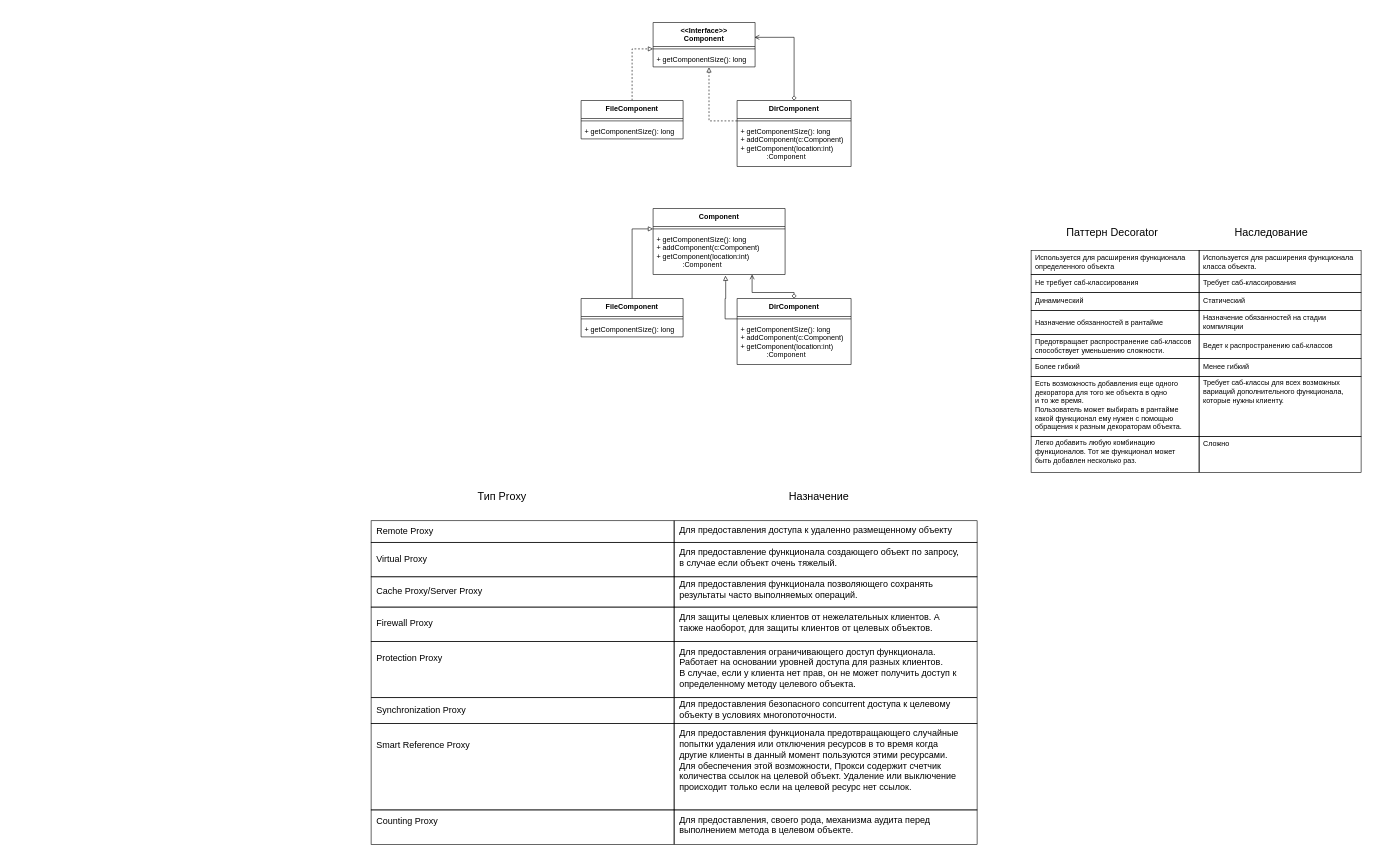
This is drawings.drawio from FedosovMax/diagrams, a draw.io file, before an edit. Source tidied: cells renumbered, new cells numbered last; positions are measured from the earlier drawing's top-left corner, leaving out a move shared by most shapes. Both pictures are drawn from the tidied source at 60%, with x=0, y=0 at pixel (371, 10).
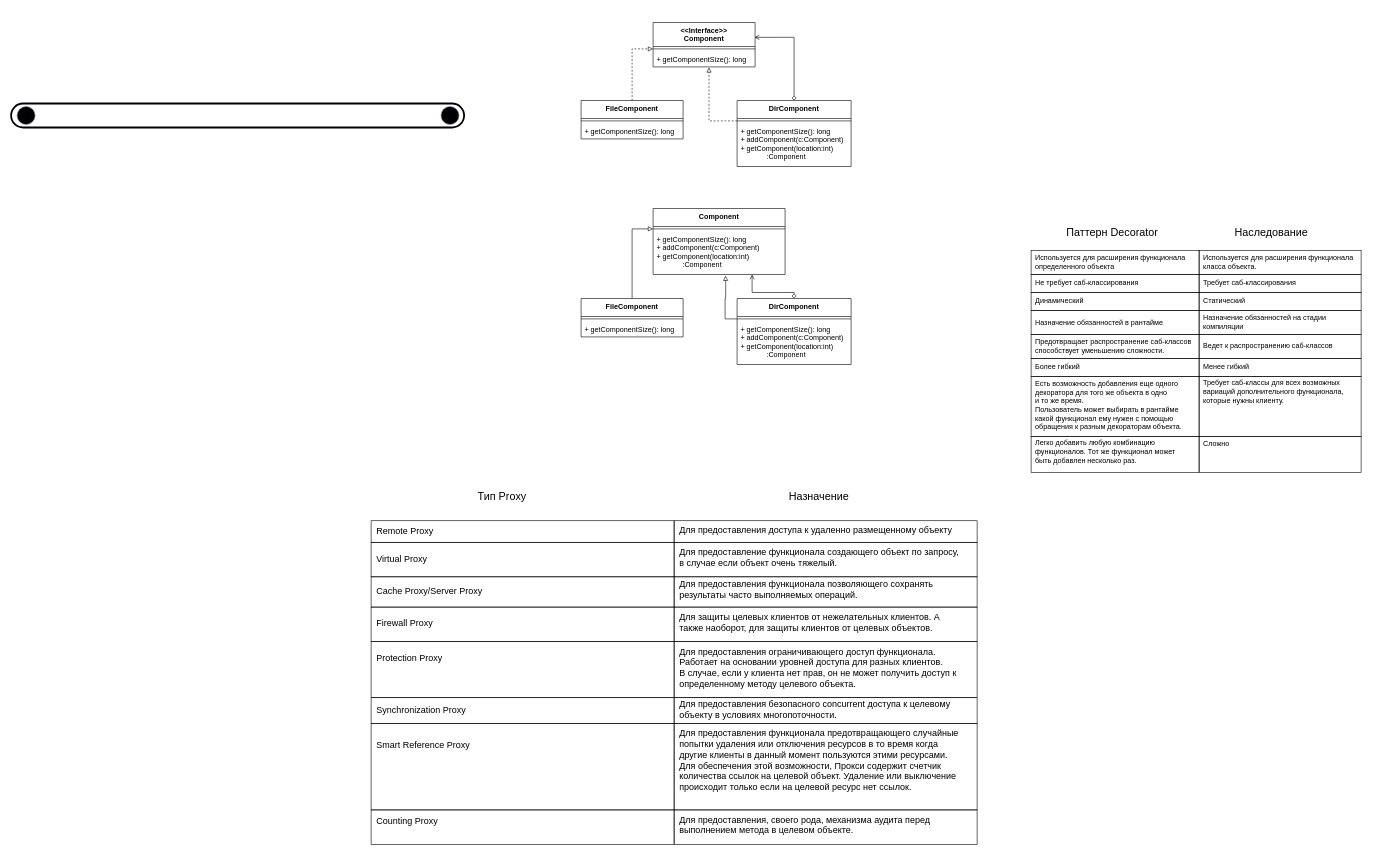
The same diagram, later.

The edit, as a diff of the source:
```diff
@@
+    <mxCell id="99" style="rounded=1;whiteSpace=wrap;html=1;arcSize=50;strokeWidth=3;" parent="1" vertex="1">
+      <mxGeometry x="-600" y="155" width="755" height="40" as="geometry" />
+    </mxCell>
@@
+    <mxCell id="100" style="ellipse;whiteSpace=wrap;html=1;strokeColor=#9673a6;fillColor=#000000;" parent="1" vertex="1">
+      <mxGeometry x="-590" y="160" width="30" height="30" as="geometry" />
+    </mxCell>
+    <mxCell id="101" style="ellipse;whiteSpace=wrap;html=1;strokeColor=#9673a6;fillColor=#000000;" parent="1" vertex="1">
+      <mxGeometry x="116.5" y="160" width="30" height="30" as="geometry" />
+    </mxCell>
```
